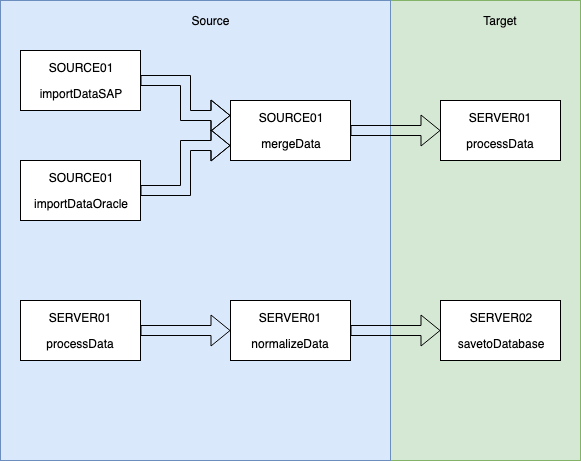
Earlier version of the draw.io export docs/Sample-diagram.png (opendarwin/darwin-java-sdk). Source tidied: cells renumbered, new cells last; positions are measured from the earlier drawing's top-left corner, leaving out a move shared by most shapes. The source it was exported from:
```xml
<mxGraphModel>
  <root>
    <mxCell id="0" />
    <mxCell id="1" parent="0" />
    <mxCell id="2" style="rounded=0;whiteSpace=wrap;html=1;fillColor=#d5e8d4;strokeColor=#82b366;" parent="1" vertex="1">
      <mxGeometry x="390" width="190" height="460" as="geometry" />
    </mxCell>
    <mxCell id="3" style="rounded=0;whiteSpace=wrap;html=1;fillColor=#dae8fc;strokeColor=#6c8ebf;" parent="1" vertex="1">
      <mxGeometry width="390" height="460" as="geometry" />
    </mxCell>
    <mxCell id="4" style="edgeStyle=orthogonalEdgeStyle;shape=flexArrow;rounded=0;jettySize=auto;html=1;exitX=1;exitY=0.5;exitDx=0;exitDy=0;entryX=0;entryY=0.25;entryDx=0;entryDy=0;" parent="1" edge="1" source="5" target="9">
      <mxGeometry relative="1" as="geometry" />
    </mxCell>
    <mxCell id="5" value="&lt;p&gt;&lt;span&gt;SOURCE01&lt;/span&gt;&lt;/p&gt;&lt;p&gt;importDataSAP&lt;/p&gt;" style="rounded=0;whiteSpace=wrap;html=1;" parent="1" vertex="1">
      <mxGeometry x="20" y="50" width="120" height="60" as="geometry" />
    </mxCell>
    <mxCell id="6" style="edgeStyle=orthogonalEdgeStyle;shape=flexArrow;rounded=0;jettySize=auto;html=1;exitX=1;exitY=0.5;exitDx=0;exitDy=0;entryX=0;entryY=0.75;entryDx=0;entryDy=0;" parent="1" edge="1" source="7" target="9">
      <mxGeometry relative="1" as="geometry" />
    </mxCell>
    <mxCell id="7" value="&lt;p&gt;&lt;/p&gt;&lt;p&gt;SOURCE01&lt;/p&gt;&lt;p&gt;importDataOracle&lt;/p&gt;" style="rounded=0;whiteSpace=wrap;html=1;" parent="1" vertex="1">
      <mxGeometry x="20" y="160" width="120" height="60" as="geometry" />
    </mxCell>
    <mxCell id="8" style="edgeStyle=orthogonalEdgeStyle;shape=flexArrow;rounded=0;jettySize=auto;html=1;exitX=1;exitY=0.5;exitDx=0;exitDy=0;entryX=0;entryY=0.5;entryDx=0;entryDy=0;" parent="1" edge="1" source="9" target="10">
      <mxGeometry relative="1" as="geometry" />
    </mxCell>
    <mxCell id="9" value="&lt;p&gt;&lt;/p&gt;&lt;p&gt;SOURCE01&lt;/p&gt;&lt;p&gt;mergeData&lt;/p&gt;" style="rounded=0;whiteSpace=wrap;html=1;" parent="1" vertex="1">
      <mxGeometry x="230" y="100" width="120" height="60" as="geometry" />
    </mxCell>
    <mxCell id="10" value="&lt;p&gt;SERVER01&lt;/p&gt;&lt;p&gt;processData&lt;br&gt;&lt;/p&gt;" style="rounded=0;whiteSpace=wrap;html=1;" parent="1" vertex="1">
      <mxGeometry x="440" y="100" width="120" height="60" as="geometry" />
    </mxCell>
    <mxCell id="11" value="Source" style="text;html=1;strokeColor=none;fillColor=none;align=center;verticalAlign=middle;whiteSpace=wrap;rounded=0;" parent="1" vertex="1">
      <mxGeometry x="190" y="10" width="40" height="20" as="geometry" />
    </mxCell>
    <mxCell id="12" value="Target" style="text;html=1;strokeColor=none;fillColor=none;align=center;verticalAlign=middle;whiteSpace=wrap;rounded=0;" parent="1" vertex="1">
      <mxGeometry x="475" y="10" width="50" height="20" as="geometry" />
    </mxCell>
    <mxCell id="13" style="edgeStyle=orthogonalEdgeStyle;shape=flexArrow;rounded=0;jettySize=auto;html=1;exitX=1;exitY=0.5;exitDx=0;exitDy=0;entryX=0;entryY=0.5;entryDx=0;entryDy=0;" parent="1" edge="1" source="14" target="16">
      <mxGeometry relative="1" as="geometry" />
    </mxCell>
    <mxCell id="14" value="&lt;p&gt;&lt;span&gt;SERVER01&lt;/span&gt;&lt;/p&gt;&lt;p&gt;&lt;/p&gt;&lt;p&gt;processData&lt;/p&gt;" style="rounded=0;whiteSpace=wrap;html=1;" parent="1" vertex="1">
      <mxGeometry x="20" y="300" width="120" height="60" as="geometry" />
    </mxCell>
    <mxCell id="15" style="edgeStyle=orthogonalEdgeStyle;shape=flexArrow;rounded=0;jettySize=auto;html=1;exitX=1;exitY=0.5;exitDx=0;exitDy=0;entryX=0;entryY=0.5;entryDx=0;entryDy=0;" parent="1" edge="1" source="16" target="17">
      <mxGeometry relative="1" as="geometry" />
    </mxCell>
    <mxCell id="16" value="&lt;p&gt;&lt;/p&gt;&lt;p&gt;SERVER01&lt;/p&gt;&lt;p&gt;&lt;/p&gt;&lt;p&gt;&lt;/p&gt;&lt;p&gt;normalizeData&lt;/p&gt;" style="rounded=0;whiteSpace=wrap;html=1;" parent="1" vertex="1">
      <mxGeometry x="230" y="300" width="120" height="60" as="geometry" />
    </mxCell>
    <mxCell id="17" value="&lt;p&gt;SERVER02&lt;/p&gt;&lt;p&gt;savetoDatabase&lt;br&gt;&lt;/p&gt;" style="rounded=0;whiteSpace=wrap;html=1;" parent="1" vertex="1">
      <mxGeometry x="440" y="300" width="120" height="60" as="geometry" />
    </mxCell>
    <mxCell id="18" style="edgeStyle=orthogonalEdgeStyle;shape=flexArrow;rounded=0;jettySize=auto;html=1;exitX=1;exitY=0.5;exitDx=0;exitDy=0;entryX=0;entryY=0.5;entryDx=0;entryDy=0;" parent="1" edge="1" target="x">
      <mxGeometry relative="1" as="geometry">
        <mxPoint x="140" y="430" as="sourcePoint" />
      </mxGeometry>
    </mxCell>
  </root>
</mxGraphModel>
```
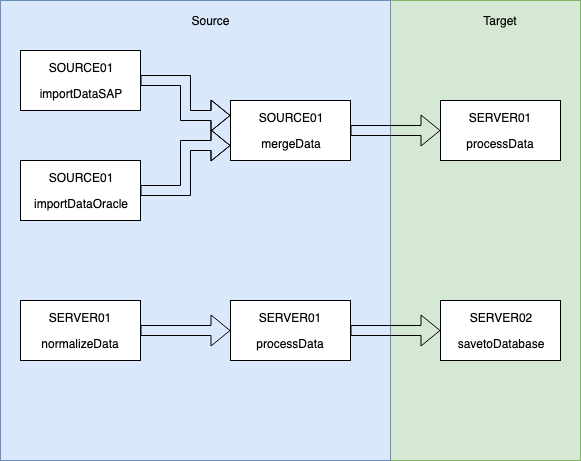
The same diagram one commit later.

Diff of the diagram source:
```diff
@@ -38,13 +38,13 @@
     <mxCell id="13" style="edgeStyle=orthogonalEdgeStyle;shape=flexArrow;rounded=0;jettySize=auto;html=1;exitX=1;exitY=0.5;exitDx=0;exitDy=0;entryX=0;entryY=0.5;entryDx=0;entryDy=0;" parent="1" edge="1" source="14" target="16">
       <mxGeometry relative="1" as="geometry" />
     </mxCell>
-    <mxCell id="14" value="&lt;p&gt;&lt;span&gt;SERVER01&lt;/span&gt;&lt;/p&gt;&lt;p&gt;&lt;/p&gt;&lt;p&gt;processData&lt;/p&gt;" style="rounded=0;whiteSpace=wrap;html=1;" parent="1" vertex="1">
+    <mxCell id="14" value="&lt;p&gt;&lt;span&gt;SERVER01&lt;/span&gt;&lt;/p&gt;&lt;p&gt;&lt;/p&gt;&lt;p&gt;normalizeData&lt;br&gt;&lt;/p&gt;" style="rounded=0;whiteSpace=wrap;html=1;" parent="1" vertex="1">
       <mxGeometry x="20" y="300" width="120" height="60" as="geometry" />
     </mxCell>
     <mxCell id="15" style="edgeStyle=orthogonalEdgeStyle;shape=flexArrow;rounded=0;jettySize=auto;html=1;exitX=1;exitY=0.5;exitDx=0;exitDy=0;entryX=0;entryY=0.5;entryDx=0;entryDy=0;" parent="1" edge="1" source="16" target="17">
       <mxGeometry relative="1" as="geometry" />
     </mxCell>
-    <mxCell id="16" value="&lt;p&gt;&lt;/p&gt;&lt;p&gt;SERVER01&lt;/p&gt;&lt;p&gt;&lt;/p&gt;&lt;p&gt;&lt;/p&gt;&lt;p&gt;normalizeData&lt;/p&gt;" style="rounded=0;whiteSpace=wrap;html=1;" parent="1" vertex="1">
+    <mxCell id="16" value="&lt;p&gt;&lt;/p&gt;&lt;p&gt;SERVER01&lt;/p&gt;&lt;p&gt;&lt;/p&gt;&lt;p&gt;&lt;/p&gt;&lt;p&gt;processData&lt;br&gt;&lt;/p&gt;" style="rounded=0;whiteSpace=wrap;html=1;" parent="1" vertex="1">
       <mxGeometry x="230" y="300" width="120" height="60" as="geometry" />
     </mxCell>
     <mxCell id="17" value="&lt;p&gt;SERVER02&lt;/p&gt;&lt;p&gt;savetoDatabase&lt;br&gt;&lt;/p&gt;" style="rounded=0;whiteSpace=wrap;html=1;" parent="1" vertex="1">
```
